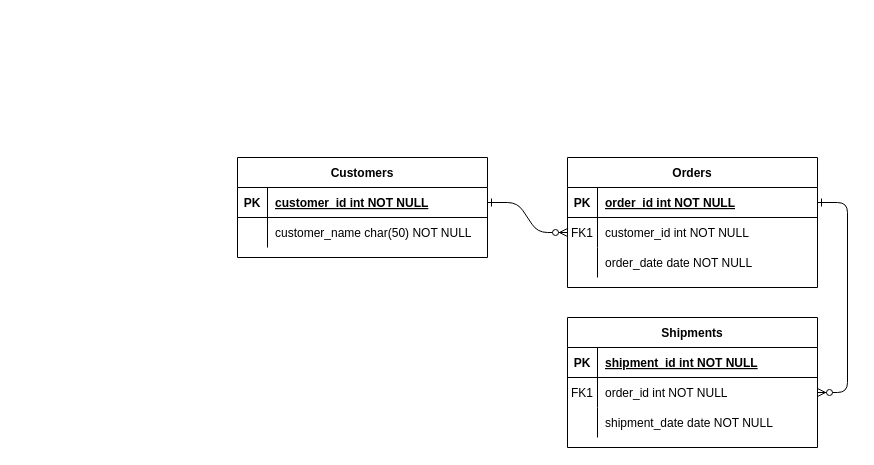
This is Diagram bez tytułu.drawio from adrianbator/liczby-pseudolosowe, a draw.io file, before an edit. Source tidied: cells renumbered, new cells numbered last; positions are measured from the earlier drawing's top-left corner, leaving out a move shared by most shapes. Both pictures are drawn from the tidied source at 100%, with x=0, y=0 at pixel (237, 157).
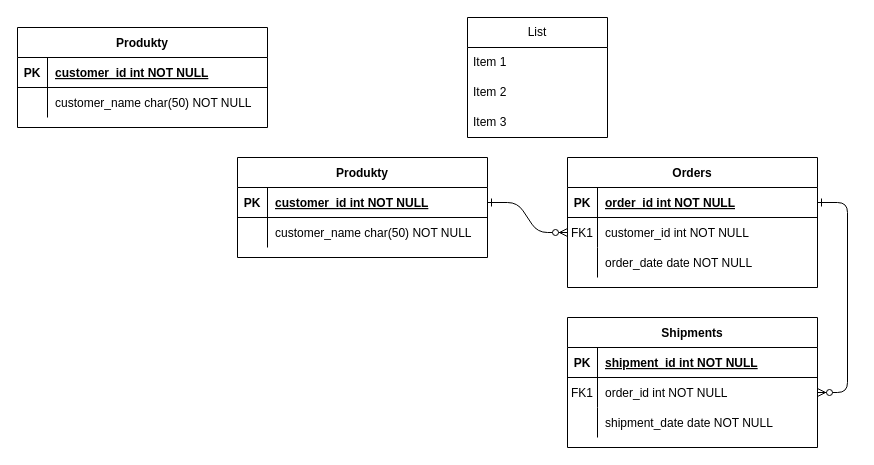
Above is the later version.

Change to the diagram source:
```diff
@@
-    <mxCell id="24" value="Customers" style="shape=table;startSize=30;childLayout=tableLayout;rowLines=0;fontStyle=1;align=center;" parent="1" vertex="1">
+    <mxCell id="24" value="Produkty" style="shape=table;startSize=30;childLayout=tableLayout;rowLines=0;fontStyle=1;align=center;" parent="1" vertex="1">
       <mxGeometry width="250" height="100" as="geometry" />
     </mxCell>
@@
+    <mxCell id="31" value="Produkty" style="shape=table;startSize=30;childLayout=tableLayout;rowLines=0;fontStyle=1;align=center;" parent="1" vertex="1">
+      <mxGeometry x="-220" y="-130" width="250" height="100" as="geometry" />
+    </mxCell>
+    <mxCell id="32" style="shape=partialRectangle;fillColor=none;top=0;left=0;right=0;bottom=1;" parent="31" vertex="1">
+      <mxGeometry y="30" width="250" height="30" as="geometry" />
+    </mxCell>
+    <mxCell id="33" value="PK" style="shape=partialRectangle;overflow=hidden;fillColor=none;top=0;left=0;bottom=0;right=0;fontStyle=1;" parent="32" vertex="1">
+      <mxGeometry width="30" height="30" as="geometry" />
+    </mxCell>
+    <mxCell id="34" value="customer_id int NOT NULL " style="shape=partialRectangle;overflow=hidden;fillColor=none;top=0;left=0;bottom=0;right=0;align=left;spacingLeft=6;fontStyle=5;" parent="32" vertex="1">
+      <mxGeometry x="30" width="220" height="30" as="geometry" />
+    </mxCell>
+    <mxCell id="35" style="shape=partialRectangle;fillColor=none;top=0;left=0;right=0;bottom=0;" parent="31" vertex="1">
+      <mxGeometry y="60" width="250" height="30" as="geometry" />
+    </mxCell>
+    <mxCell id="36" style="shape=partialRectangle;overflow=hidden;fillColor=none;top=0;left=0;bottom=0;right=0;" parent="35" vertex="1">
+      <mxGeometry width="30" height="30" as="geometry" />
+    </mxCell>
+    <mxCell id="37" value="customer_name char(50) NOT NULL" style="shape=partialRectangle;overflow=hidden;fillColor=none;top=0;left=0;bottom=0;right=0;align=left;spacingLeft=6;" parent="35" vertex="1">
+      <mxGeometry x="30" width="220" height="30" as="geometry" />
+    </mxCell>
+    <mxCell id="38" value="List" style="swimlane;fontStyle=0;horizontal=1;startSize=30;whiteSpace=wrap;html=1;" parent="1" vertex="1">
+      <mxGeometry x="230" y="-140" width="140" height="120" as="geometry" />
+    </mxCell>
+    <mxCell id="39" value="Item 1" style="text;strokeColor=none;fillColor=none;align=left;verticalAlign=middle;spacingLeft=4;spacingRight=4;overflow=hidden;whiteSpace=wrap;html=1;" parent="38" vertex="1">
+      <mxGeometry y="30" width="140" height="30" as="geometry" />
+    </mxCell>
+    <mxCell id="40" value="Item 2" style="text;strokeColor=none;fillColor=none;align=left;verticalAlign=middle;spacingLeft=4;spacingRight=4;overflow=hidden;whiteSpace=wrap;html=1;" parent="38" vertex="1">
+      <mxGeometry y="60" width="140" height="30" as="geometry" />
+    </mxCell>
+    <mxCell id="41" value="Item 3" style="text;strokeColor=none;fillColor=none;align=left;verticalAlign=middle;spacingLeft=4;spacingRight=4;overflow=hidden;whiteSpace=wrap;html=1;" parent="38" vertex="1">
+      <mxGeometry y="90" width="140" height="30" as="geometry" />
+    </mxCell>
```
